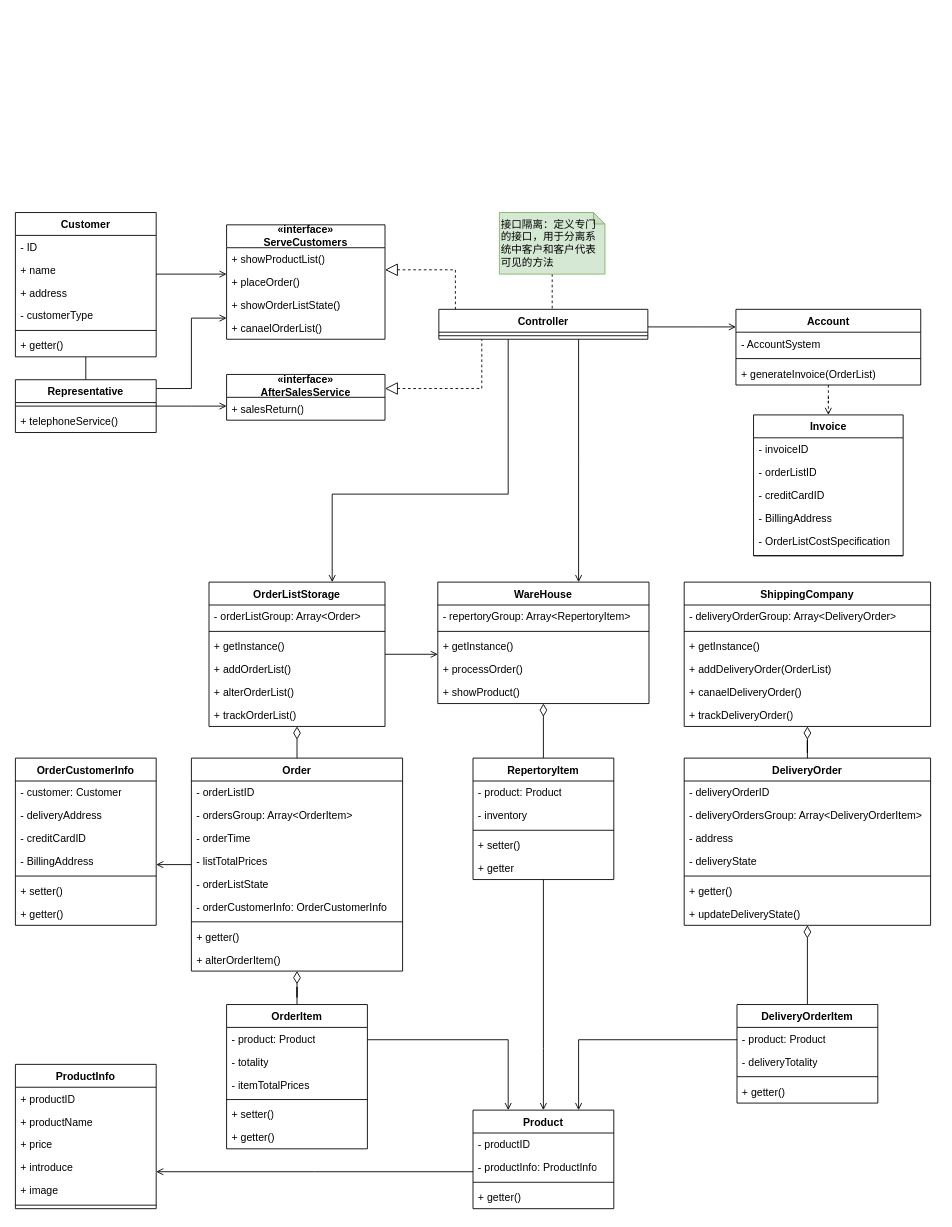
This is page "第 1 页" (1 of 2) of orders_Class_improved_plus.drawio from yayaer123/drawio_demo, a draw.io file, before an edit. Source tidied: cells renumbered, new cells numbered last; positions are measured from the earlier drawing's top-left corner, leaving out a move shared by most shapes. Both pictures are drawn from the tidied source at 88%, with x=0, y=0 at pixel (15, 212).
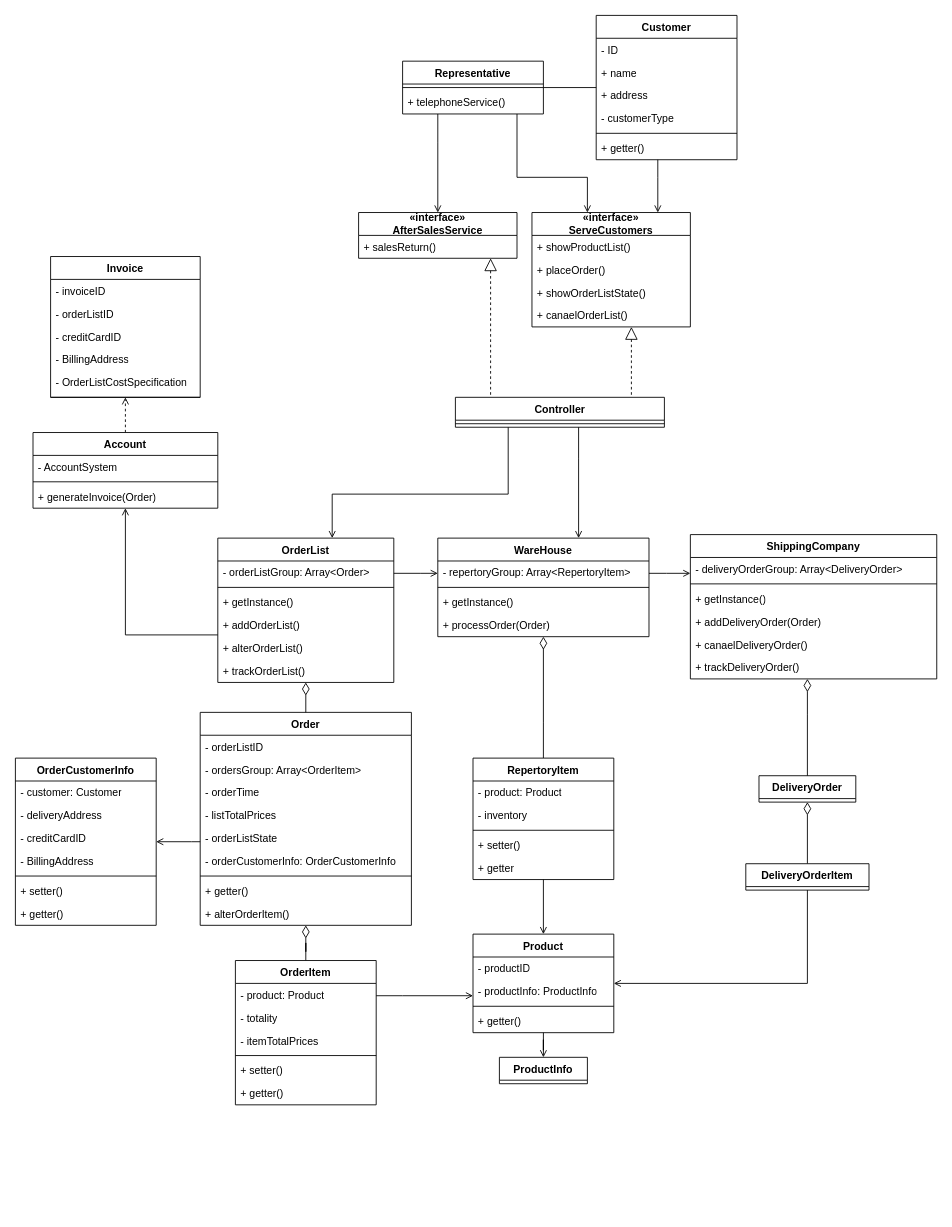
The same page after the edit.

The change refers to these unchanged cells:
```xml
<mxCell id="65" value="RepertoryItem" style="swimlane;fontStyle=1;align=center;verticalAlign=top;horizontal=1;startSize=26;whiteSpace=wrap;html=1;" parent="1" vertex="1">
  <mxGeometry x="520" y="620" width="160" height="138" as="geometry" />
</mxCell>
```

What changed in the source:
```diff
@@
     <mxCell id="2" style="edgeStyle=orthogonalEdgeStyle;rounded=0;jettySize=auto;html=1;endArrow=none;endFill=0;" parent="1" edge="1" source="4" target="13">
-      <mxGeometry relative="1" as="geometry">
-        <Array as="points">
-          <mxPoint x="80" y="220" />
-        </Array>
-      </mxGeometry>
+      <mxGeometry relative="1" as="geometry" />
     </mxCell>
     <mxCell id="3" style="edgeStyle=orthogonalEdgeStyle;rounded=0;jettySize=auto;html=1;endArrow=open;endFill=0;" parent="1" edge="1" source="4" target="113">
       <mxGeometry relative="1" as="geometry">
         <Array as="points">
-          <mxPoint x="230" y="70" />
-          <mxPoint x="230" y="70" />
+          <mxPoint x="730" y="-40" />
+          <mxPoint x="730" y="-40" />
         </Array>
       </mxGeometry>
     </mxCell>
     <mxCell id="4" value="Customer" style="swimlane;fontStyle=1;align=center;verticalAlign=top;horizontal=1;startSize=26;whiteSpace=wrap;html=1;" parent="1" vertex="1">
-      <mxGeometry width="160" height="164" as="geometry" />
+      <mxGeometry x="660" y="-224" width="160" height="164" as="geometry" />
     </mxCell>
@@
+    <mxCell id="12" style="edgeStyle=orthogonalEdgeStyle;rounded=0;jettySize=auto;html=1;endArrow=open;endFill=0;" parent="1" edge="1" source="13" target="119">
+      <mxGeometry relative="1" as="geometry">
+        <Array as="points">
+          <mxPoint x="480" y="-80" />
+          <mxPoint x="480" y="-80" />
+        </Array>
+      </mxGeometry>
+    </mxCell>
     <mxCell id="11" style="edgeStyle=orthogonalEdgeStyle;rounded=0;jettySize=auto;html=1;endArrow=open;endFill=0;" parent="1" edge="1" source="13" target="113">
       <mxGeometry relative="1" as="geometry">
         <Array as="points">
-          <mxPoint x="200" y="200" />
-          <mxPoint x="200" y="120" />
+          <mxPoint x="570" y="-40" />
+          <mxPoint x="650" y="-40" />
         </Array>
       </mxGeometry>
     </mxCell>
-    <mxCell id="12" style="edgeStyle=orthogonalEdgeStyle;rounded=0;jettySize=auto;html=1;endArrow=open;endFill=0;" parent="1" edge="1" source="13" target="119">
-      <mxGeometry relative="1" as="geometry">
-        <Array as="points">
-          <mxPoint x="200" y="220" />
-          <mxPoint x="200" y="220" />
-        </Array>
-      </mxGeometry>
-    </mxCell>
     <mxCell id="13" value="Representative" style="swimlane;fontStyle=1;align=center;verticalAlign=top;horizontal=1;startSize=26;whiteSpace=wrap;html=1;" parent="1" vertex="1">
-      <mxGeometry y="190" width="160" height="60" as="geometry" />
+      <mxGeometry x="440" y="-172" width="160" height="60" as="geometry" />
     </mxCell>
@@
-    <mxCell id="16" style="edgeStyle=orthogonalEdgeStyle;rounded=0;jettySize=auto;html=1;endArrow=open;endFill=0;startSize=6;endSize=6;" parent="1" edge="1" source="17" target="22">
-      <mxGeometry relative="1" as="geometry">
-        <Array as="points">
-          <mxPoint x="340" y="1090" />
-          <mxPoint x="340" y="1090" />
-        </Array>
-      </mxGeometry>
+    <mxCell id="16" style="edgeStyle=orthogonalEdgeStyle;rounded=0;jettySize=auto;html=1;endArrow=open;endFill=0;" parent="1" edge="1" source="17" target="22">
+      <mxGeometry relative="1" as="geometry" />
     </mxCell>
     <mxCell id="17" value="Product" style="swimlane;fontStyle=1;align=center;verticalAlign=top;horizontal=1;startSize=26;whiteSpace=wrap;html=1;" parent="1" vertex="1">
-      <mxGeometry x="520" y="1020" width="160" height="112" as="geometry" />
+      <mxGeometry x="520" y="820" width="160" height="112" as="geometry" />
     </mxCell>
@@
-    <mxCell id="22" value="&lt;div style=&quot;text-align: left;&quot;&gt;&lt;span style=&quot;background-color: initial;&quot;&gt;ProductInfo&lt;/span&gt;&lt;/div&gt;" style="swimlane;fontStyle=1;align=center;verticalAlign=top;horizontal=1;startSize=26;whiteSpace=wrap;html=1;" parent="1" vertex="1">
-      <mxGeometry y="968" width="160" height="164" as="geometry" />
+    <mxCell id="22" value="&lt;div style=&quot;text-align: left;&quot;&gt;&lt;span style=&quot;background-color: initial;&quot;&gt;ProductInfo&lt;/span&gt;&lt;/div&gt;" style="swimlane;fontStyle=1;align=center;verticalAlign=top;horizontal=1;startSize=26;whiteSpace=wrap;html=1;" parent="1" vertex="1" collapsed="1">
+      <mxGeometry x="550" y="960" width="100" height="30" as="geometry" />
     </mxCell>
-    <mxCell id="23" value="+ productID" style="text;strokeColor=none;fillColor=none;align=left;verticalAlign=top;spacingLeft=4;spacingRight=4;overflow=hidden;whiteSpace=wrap;html=1;" parent="22" vertex="1">
-      <mxGeometry y="26" width="160" height="26" as="geometry" />
-    </mxCell>
-    <mxCell id="24" value="+ productName" style="text;strokeColor=none;fillColor=none;align=left;verticalAlign=top;spacingLeft=4;spacingRight=4;overflow=hidden;whiteSpace=wrap;html=1;" parent="22" vertex="1">
-      <mxGeometry y="52" width="160" height="26" as="geometry" />
-    </mxCell>
-    <mxCell id="25" value="+ pric&lt;span style=&quot;background-color: initial;&quot;&gt;e&lt;/span&gt;" style="text;strokeColor=none;fillColor=none;align=left;verticalAlign=top;spacingLeft=4;spacingRight=4;overflow=hidden;whiteSpace=wrap;html=1;" parent="22" vertex="1">
-      <mxGeometry y="78" width="160" height="26" as="geometry" />
-    </mxCell>
-    <mxCell id="26" value="+ introduce" style="text;strokeColor=none;fillColor=none;align=left;verticalAlign=top;spacingLeft=4;spacingRight=4;overflow=hidden;whiteSpace=wrap;html=1;" parent="22" vertex="1">
-      <mxGeometry y="104" width="160" height="26" as="geometry" />
-    </mxCell>
-    <mxCell id="27" value="+ image" style="text;strokeColor=none;fillColor=none;align=left;verticalAlign=top;spacingLeft=4;spacingRight=4;overflow=hidden;whiteSpace=wrap;html=1;" parent="22" vertex="1">
-      <mxGeometry y="130" width="160" height="26" as="geometry" />
-    </mxCell>
-    <mxCell id="28" style="line;strokeWidth=1;fillColor=none;align=left;verticalAlign=middle;spacingTop=-1;spacingLeft=3;spacingRight=3;labelPosition=right;strokeColor=inherit;" parent="22" vertex="1">
-      <mxGeometry y="156" width="160" height="8" as="geometry" />
-    </mxCell>
-    <mxCell id="29" style="edgeStyle=orthogonalEdgeStyle;rounded=0;jettySize=auto;html=1;entryX=0.5;entryY=0;entryDx=0;entryDy=0;endArrow=none;endFill=0;startArrow=diamondThin;startFill=0;targetPerimeterSpacing=0;sourcePerimeterSpacing=0;endSize=6;startSize=12;" parent="1" edge="1" source="31" target="42">
+    <mxCell id="29" style="edgeStyle=orthogonalEdgeStyle;rounded=0;jettySize=auto;html=1;endArrow=none;endFill=0;startArrow=diamondThin;startFill=0;targetPerimeterSpacing=0;sourcePerimeterSpacing=0;endSize=6;startSize=12;" parent="1" edge="1" source="31" target="42">
       <mxGeometry relative="1" as="geometry" />
     </mxCell>
@@
     <mxCell id="31" value="Order" style="swimlane;fontStyle=1;align=center;verticalAlign=top;horizontal=1;startSize=26;whiteSpace=wrap;html=1;" parent="1" vertex="1">
-      <mxGeometry x="200" y="620" width="240" height="242" as="geometry" />
+      <mxGeometry x="210" y="568" width="240" height="242" as="geometry" />
     </mxCell>
@@
     <mxCell id="41" style="edgeStyle=orthogonalEdgeStyle;rounded=0;jettySize=auto;html=1;endArrow=open;endFill=0;" parent="1" edge="1" source="42" target="17">
       <mxGeometry relative="1" as="geometry">
         <Array as="points">
-          <mxPoint x="560" y="940" />
+          <mxPoint x="440" y="890" />
+          <mxPoint x="440" y="890" />
         </Array>
       </mxGeometry>
     </mxCell>
     <mxCell id="42" value="OrderItem" style="swimlane;fontStyle=1;align=center;verticalAlign=top;horizontal=1;startSize=26;whiteSpace=wrap;html=1;" parent="1" vertex="1">
-      <mxGeometry x="240" y="900" width="160" height="164" as="geometry" />
+      <mxGeometry x="250" y="850" width="160" height="164" as="geometry" />
     </mxCell>
@@
+    <mxCell id="131" style="edgeStyle=orthogonalEdgeStyle;rounded=0;jettySize=auto;html=1;endArrow=open;endFill=0;" parent="1" edge="1" source="58" target="87">
+      <mxGeometry relative="1" as="geometry">
+        <Array as="points">
+          <mxPoint x="740" y="410" />
+          <mxPoint x="740" y="410" />
+        </Array>
+      </mxGeometry>
+    </mxCell>
     <mxCell id="58" value="WareHouse" style="swimlane;fontStyle=1;align=center;verticalAlign=top;horizontal=1;startSize=26;whiteSpace=wrap;html=1;" parent="1" vertex="1">
-      <mxGeometry x="480" y="420" width="240" height="138" as="geometry" />
+      <mxGeometry x="480" y="370" width="240" height="112" as="geometry" />
     </mxCell>
@@
-    <mxCell id="62" value="+ processOrder()" style="text;strokeColor=none;fillColor=none;align=left;verticalAlign=top;spacingLeft=4;spacingRight=4;overflow=hidden;whiteSpace=wrap;html=1;" parent="58" vertex="1">
+    <mxCell id="62" value="+ processOrder(Order)" style="text;strokeColor=none;fillColor=none;align=left;verticalAlign=top;spacingLeft=4;spacingRight=4;overflow=hidden;whiteSpace=wrap;html=1;" parent="58" vertex="1">
       <mxGeometry y="86" width="240" height="26" as="geometry" />
     </mxCell>
-    <mxCell id="63" value="+ showProduct()" style="text;strokeColor=none;fillColor=none;align=left;verticalAlign=top;spacingLeft=4;spacingRight=4;overflow=hidden;whiteSpace=wrap;html=1;" parent="58" vertex="1">
-      <mxGeometry y="112" width="240" height="26" as="geometry" />
-    </mxCell>
     <mxCell id="64" style="edgeStyle=orthogonalEdgeStyle;rounded=0;jettySize=auto;html=1;endArrow=open;endFill=0;" parent="1" edge="1" source="65" target="17">
-      <mxGeometry relative="1" as="geometry">
-        <Array as="points">
-          <mxPoint x="600" y="950" />
-        </Array>
-      </mxGeometry>
+      <mxGeometry relative="1" as="geometry" />
     </mxCell>
@@
-    <mxCell id="72" value="DeliveryOrder" style="swimlane;fontStyle=1;align=center;verticalAlign=top;horizontal=1;startSize=26;whiteSpace=wrap;html=1;" parent="1" vertex="1">
-      <mxGeometry x="760" y="620" width="280" height="190" as="geometry" />
+    <mxCell id="72" value="DeliveryOrder" style="swimlane;fontStyle=1;align=center;verticalAlign=top;horizontal=1;startSize=26;whiteSpace=wrap;html=1;" parent="1" vertex="1" collapsed="1">
+      <mxGeometry x="845" y="640" width="110" height="30" as="geometry" />
     </mxCell>
-    <mxCell id="73" value="- deliveryOrderID" style="text;strokeColor=none;fillColor=none;align=left;verticalAlign=top;spacingLeft=4;spacingRight=4;overflow=hidden;whiteSpace=wrap;html=1;" parent="72" vertex="1">
-      <mxGeometry y="26" width="280" height="26" as="geometry" />
-    </mxCell>
-    <mxCell id="74" value="- deliveryOrdersGroup: Array&amp;lt;DeliveryOrderItem&amp;gt;" style="text;strokeColor=none;fillColor=none;align=left;verticalAlign=top;spacingLeft=4;spacingRight=4;overflow=hidden;whiteSpace=wrap;html=1;" parent="72" vertex="1">
-      <mxGeometry y="52" width="280" height="26" as="geometry" />
-    </mxCell>
-    <mxCell id="75" value="- address" style="text;strokeColor=none;fillColor=none;align=left;verticalAlign=top;spacingLeft=4;spacingRight=4;overflow=hidden;whiteSpace=wrap;html=1;" parent="72" vertex="1">
-      <mxGeometry y="78" width="280" height="26" as="geometry" />
-    </mxCell>
-    <mxCell id="76" value="- deliveryState" style="text;strokeColor=none;fillColor=none;align=left;verticalAlign=top;spacingLeft=4;spacingRight=4;overflow=hidden;whiteSpace=wrap;html=1;" parent="72" vertex="1">
-      <mxGeometry y="104" width="280" height="26" as="geometry" />
-    </mxCell>
-    <mxCell id="77" style="line;strokeWidth=1;fillColor=none;align=left;verticalAlign=middle;spacingTop=-1;spacingLeft=3;spacingRight=3;labelPosition=right;strokeColor=inherit;" parent="72" vertex="1">
-      <mxGeometry y="130" width="280" height="8" as="geometry" />
-    </mxCell>
-    <mxCell id="78" value="+ getter()" style="text;strokeColor=none;fillColor=none;align=left;verticalAlign=top;spacingLeft=4;spacingRight=4;overflow=hidden;whiteSpace=wrap;html=1;" parent="72" vertex="1">
-      <mxGeometry y="138" width="280" height="26" as="geometry" />
-    </mxCell>
-    <mxCell id="79" value="+ updateDeliveryState()" style="text;strokeColor=none;fillColor=none;align=left;verticalAlign=top;spacingLeft=4;spacingRight=4;overflow=hidden;whiteSpace=wrap;html=1;" parent="72" vertex="1">
-      <mxGeometry y="164" width="280" height="26" as="geometry" />
-    </mxCell>
     <mxCell id="80" style="edgeStyle=orthogonalEdgeStyle;rounded=0;jettySize=auto;html=1;endArrow=open;endFill=0;" parent="1" edge="1" source="81" target="17">
       <mxGeometry relative="1" as="geometry">
         <Array as="points">
-          <mxPoint x="640" y="940" />
+          <mxPoint x="900" y="876" />
         </Array>
       </mxGeometry>
     </mxCell>
-    <mxCell id="81" value="DeliveryOrderItem" style="swimlane;fontStyle=1;align=center;verticalAlign=top;horizontal=1;startSize=26;whiteSpace=wrap;html=1;" parent="1" vertex="1">
-      <mxGeometry x="820" y="900" width="160" height="112" as="geometry" />
+    <mxCell id="81" value="DeliveryOrderItem" style="swimlane;fontStyle=1;align=center;verticalAlign=top;horizontal=1;startSize=26;whiteSpace=wrap;html=1;" parent="1" vertex="1" collapsed="1">
+      <mxGeometry x="830" y="740" width="140" height="30" as="geometry" />
     </mxCell>
-    <mxCell id="82" value="- product: Product" style="text;strokeColor=none;fillColor=none;align=left;verticalAlign=top;spacingLeft=4;spacingRight=4;overflow=hidden;whiteSpace=wrap;html=1;" parent="81" vertex="1">
-      <mxGeometry y="26" width="160" height="26" as="geometry" />
-    </mxCell>
-    <mxCell id="83" value="- deliveryTotality" style="text;strokeColor=none;fillColor=none;align=left;verticalAlign=top;spacingLeft=4;spacingRight=4;overflow=hidden;whiteSpace=wrap;html=1;" parent="81" vertex="1">
-      <mxGeometry y="52" width="160" height="26" as="geometry" />
-    </mxCell>
-    <mxCell id="84" style="line;strokeWidth=1;fillColor=none;align=left;verticalAlign=middle;spacingTop=-1;spacingLeft=3;spacingRight=3;labelPosition=right;strokeColor=inherit;" parent="81" vertex="1">
-      <mxGeometry y="78" width="160" height="8" as="geometry" />
-    </mxCell>
-    <mxCell id="85" value="+ getter()" style="text;strokeColor=none;fillColor=none;align=left;verticalAlign=top;spacingLeft=4;spacingRight=4;overflow=hidden;whiteSpace=wrap;html=1;" parent="81" vertex="1">
-      <mxGeometry y="86" width="160" height="26" as="geometry" />
-    </mxCell>
     <mxCell id="86" style="edgeStyle=orthogonalEdgeStyle;rounded=0;jettySize=auto;html=1;endArrow=none;endFill=0;startArrow=diamondThin;startFill=0;startSize=12;" parent="1" edge="1" source="87" target="72">
-      <mxGeometry relative="1" as="geometry" />
+      <mxGeometry relative="1" as="geometry">
+        <Array as="points">
+          <mxPoint x="900" y="570" />
+          <mxPoint x="900" y="570" />
+        </Array>
+      </mxGeometry>
     </mxCell>
     <mxCell id="87" value="ShippingCompany" style="swimlane;fontStyle=1;align=center;verticalAlign=top;horizontal=1;startSize=26;whiteSpace=wrap;html=1;" parent="1" vertex="1">
-      <mxGeometry x="760" y="420" width="280" height="164" as="geometry" />
+      <mxGeometry x="767" y="366" width="280" height="164" as="geometry" />
     </mxCell>
@@
-    <mxCell id="91" value="+ addDeliveryOrder(OrderList)" style="text;strokeColor=none;fillColor=none;align=left;verticalAlign=top;spacingLeft=4;spacingRight=4;overflow=hidden;whiteSpace=wrap;html=1;" parent="87" vertex="1">
+    <mxCell id="91" value="+ addDeliveryOrder(Order)" style="text;strokeColor=none;fillColor=none;align=left;verticalAlign=top;spacingLeft=4;spacingRight=4;overflow=hidden;whiteSpace=wrap;html=1;" parent="87" vertex="1">
       <mxGeometry y="86" width="280" height="26" as="geometry" />
     </mxCell>
@@
-    <mxCell id="94" style="edgeStyle=orthogonalEdgeStyle;rounded=0;jettySize=auto;html=1;endArrow=open;endFill=0;" parent="1" edge="1" source="97" target="100">
-      <mxGeometry relative="1" as="geometry">
-        <Array as="points">
-          <mxPoint x="780" y="130" />
-          <mxPoint x="780" y="130" />
-        </Array>
-      </mxGeometry>
-    </mxCell>
@@
     <mxCell id="97" value="Controller" style="swimlane;fontStyle=1;align=center;verticalAlign=top;horizontal=1;startSize=26;whiteSpace=wrap;html=1;" parent="1" vertex="1">
-      <mxGeometry x="481.2" y="110" width="237.5" height="34" as="geometry" />
+      <mxGeometry x="500" y="210" width="237.5" height="34" as="geometry" />
     </mxCell>
@@
     <mxCell id="100" value="Account" style="swimlane;fontStyle=1;align=center;verticalAlign=top;horizontal=1;startSize=26;whiteSpace=wrap;html=1;" parent="1" vertex="1">
-      <mxGeometry x="818.8" y="110" width="210" height="86" as="geometry" />
+      <mxGeometry x="20" y="250" width="210" height="86" as="geometry" />
     </mxCell>
@@
-    <mxCell id="103" value="+ generateInvoice(OrderList)" style="text;strokeColor=none;fillColor=none;align=left;verticalAlign=top;spacingLeft=4;spacingRight=4;overflow=hidden;whiteSpace=wrap;html=1;" parent="100" vertex="1">
+    <mxCell id="103" value="+ generateInvoice(Order)" style="text;strokeColor=none;fillColor=none;align=left;verticalAlign=top;spacingLeft=4;spacingRight=4;overflow=hidden;whiteSpace=wrap;html=1;" parent="100" vertex="1">
       <mxGeometry y="60" width="210" height="26" as="geometry" />
     </mxCell>
     <mxCell id="104" style="edgeStyle=orthogonalEdgeStyle;rounded=0;jettySize=auto;html=1;endArrow=none;endFill=0;startArrow=diamondThin;startFill=0;startSize=12;" parent="1" edge="1" source="106" target="31">
       <mxGeometry relative="1" as="geometry">
         <Array as="points">
-          <mxPoint x="320" y="550" />
-          <mxPoint x="320" y="550" />
+          <mxPoint x="320" y="570" />
+          <mxPoint x="320" y="570" />
         </Array>
       </mxGeometry>
     </mxCell>
     <mxCell id="105" style="edgeStyle=orthogonalEdgeStyle;rounded=0;jettySize=auto;html=1;endArrow=open;endFill=0;" parent="1" edge="1" source="106" target="58">
       <mxGeometry relative="1" as="geometry">
         <Array as="points">
-          <mxPoint x="470" y="502" />
-          <mxPoint x="470" y="502" />
+          <mxPoint x="460" y="410" />
+          <mxPoint x="460" y="410" />
         </Array>
       </mxGeometry>
     </mxCell>
+    <mxCell id="132" style="edgeStyle=orthogonalEdgeStyle;rounded=0;jettySize=auto;html=1;endArrow=open;endFill=0;" parent="1" edge="1" source="106" target="100">
+      <mxGeometry relative="1" as="geometry">
+        <Array as="points">
+          <mxPoint x="125" y="480" />
+        </Array>
+      </mxGeometry>
+    </mxCell>
-    <mxCell id="106" value="OrderListStorage" style="swimlane;fontStyle=1;align=center;verticalAlign=top;horizontal=1;startSize=26;whiteSpace=wrap;html=1;" parent="1" vertex="1">
-      <mxGeometry x="220" y="420" width="200" height="164" as="geometry" />
+    <mxCell id="106" value="OrderList" style="swimlane;fontStyle=1;align=center;verticalAlign=top;horizontal=1;startSize=26;whiteSpace=wrap;html=1;" parent="1" vertex="1">
+      <mxGeometry x="230" y="370" width="200" height="164" as="geometry" />
     </mxCell>
@@
     <mxCell id="113" value="«interface»&lt;br&gt;ServeCustomers" style="swimlane;fontStyle=1;horizontal=1;startSize=26;fillColor=none;whiteSpace=wrap;html=1;" parent="1" vertex="1">
-      <mxGeometry x="240" y="14" width="180" height="130" as="geometry" />
+      <mxGeometry x="587" width="180" height="130" as="geometry" />
     </mxCell>
@@
     <mxCell id="118" style="edgeStyle=orthogonalEdgeStyle;rounded=0;jettySize=auto;html=1;endArrow=none;endFill=0;startArrow=block;startFill=0;dashed=1;startSize=12;" parent="1" edge="1" source="119" target="97">
       <mxGeometry relative="1" as="geometry">
         <Array as="points">
-          <mxPoint x="530" y="200" />
+          <mxPoint x="540" y="130" />
+          <mxPoint x="540" y="130" />
         </Array>
       </mxGeometry>
     </mxCell>
     <mxCell id="119" value="&lt;span style=&quot;font-weight: 700;&quot;&gt;«interface»&lt;/span&gt;&lt;br style=&quot;font-weight: 700;&quot;&gt;&lt;b&gt;AfterSalesService&lt;/b&gt;" style="swimlane;fontStyle=0;horizontal=1;startSize=26;fillColor=none;whiteSpace=wrap;html=1;" parent="1" vertex="1">
-      <mxGeometry x="240" y="184" width="180" height="52" as="geometry" />
+      <mxGeometry x="390" width="180" height="52" as="geometry" />
     </mxCell>
@@
-    <mxCell id="121" style="edgeStyle=orthogonalEdgeStyle;rounded=0;jettySize=auto;html=1;endArrow=none;endFill=0;startArrow=block;startFill=0;dashed=1;endSize=6;startSize=12;" parent="1" edge="1" target="97">
+    <mxCell id="121" style="edgeStyle=orthogonalEdgeStyle;rounded=0;jettySize=auto;html=1;endArrow=none;endFill=0;startArrow=block;startFill=0;dashed=1;endSize=6;startSize=12;" parent="1" edge="1" source="113" target="97">
       <mxGeometry relative="1" as="geometry">
-        <mxPoint x="420" y="65.1" as="sourcePoint" />
         <Array as="points">
-          <mxPoint x="500" y="65" />
+          <mxPoint x="700" y="170" />
+          <mxPoint x="700" y="170" />
         </Array>
       </mxGeometry>
     </mxCell>
-    <mxCell id="122" style="edgeStyle=orthogonalEdgeStyle;rounded=0;jettySize=auto;html=1;endArrow=none;endFill=0;dashed=1;" parent="1" edge="1" source="123" target="97">
-      <mxGeometry relative="1" as="geometry">
-        <Array as="points">
-          <mxPoint x="560" y="50" />
-          <mxPoint x="560" y="50" />
-        </Array>
-      </mxGeometry>
-    </mxCell>
-    <mxCell id="123" value="接口隔离：定义专门的接口，用于分离系统中客户和客户代表可见的方法" style="shape=note;whiteSpace=wrap;html=1;backgroundOutline=1;darkOpacity=0.05;size=13;align=left;fillColor=#d5e8d4;strokeColor=#82b366;" parent="1" vertex="1">
-      <mxGeometry x="550" width="120" height="70" as="geometry" />
-    </mxCell>
     <mxCell id="124" value="Invoice" style="swimlane;fontStyle=1;align=center;verticalAlign=top;horizontal=1;startSize=26;whiteSpace=wrap;html=1;" parent="1" vertex="1">
-      <mxGeometry x="838.8" y="230" width="170" height="160" as="geometry" />
+      <mxGeometry x="40" y="50" width="170" height="160" as="geometry" />
     </mxCell>
```
